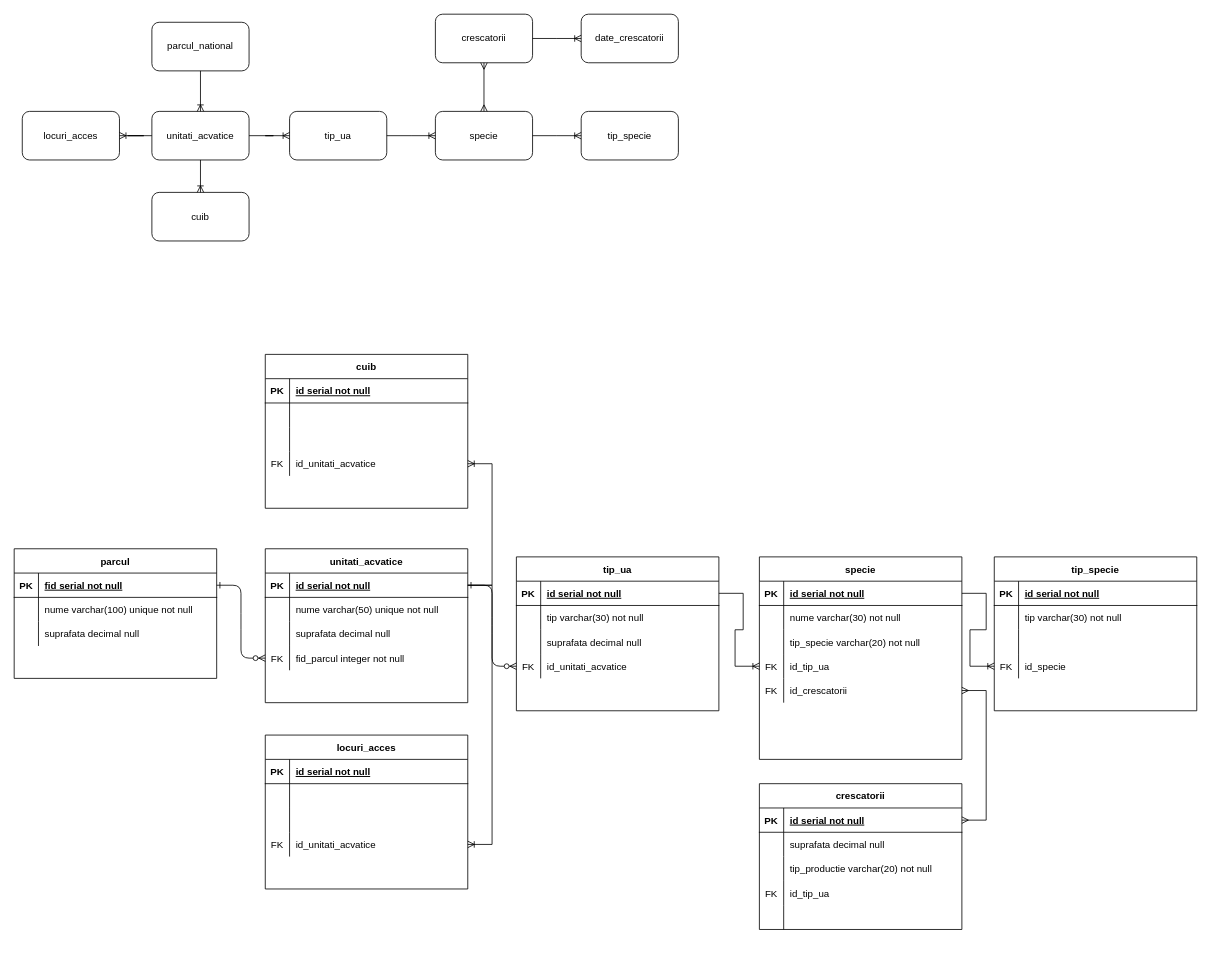
Earlier version of the draw.io diagram Untitled Diagram.drawio (FlorinM02/Examen_sem1_Muica). Source tidied: cells renumbered, new cells numbered last; positions are measured from the earlier drawing's top-left corner, leaving out a move shared by most shapes. Both pictures are drawn from the tidied source at 81%, with x=0, y=0 at pixel (14, 14).
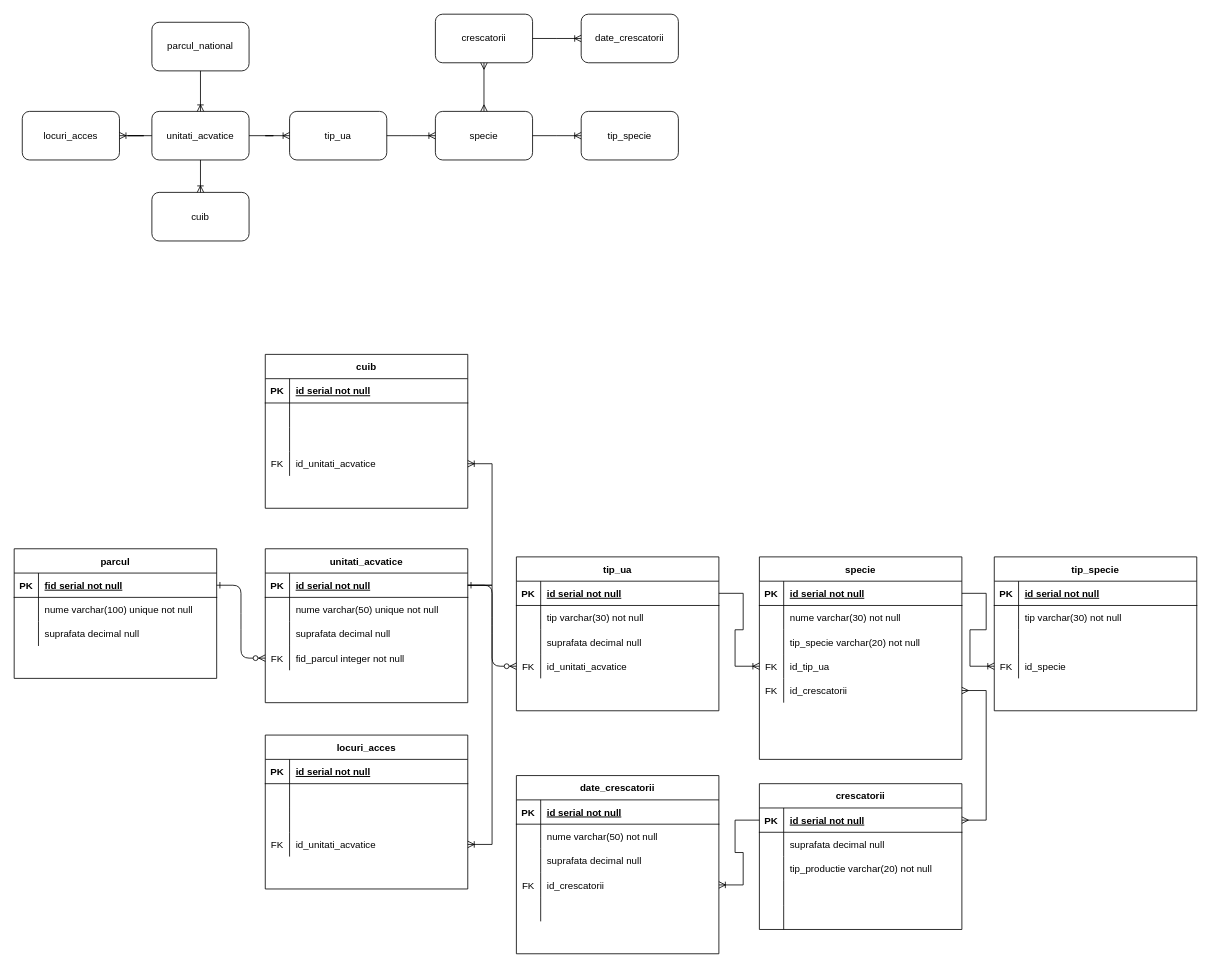
After the change.

Unchanged cells that the change refers to:
```xml
<mxCell id="116" style="shape=partialRectangle;fillColor=none;points=[[0,0.5],[1,0.5]];portConstraint=eastwest;top=0;left=0;right=0;bottom=1;" parent="115" vertex="1">
  <mxGeometry y="30" width="250" height="30" as="geometry" />
</mxCell>
<mxCell id="125" style="shape=partialRectangle;fillColor=none;top=0;left=0;right=0;bottom=0;" parent="115" vertex="1">
  <mxGeometry y="120" width="250" height="30" as="geometry" />
</mxCell>
```

What changed in the source:
```diff
@@
-    <mxCell id="126" value="FK" style="shape=partialRectangle;overflow=hidden;fillColor=none;top=0;left=0;bottom=0;right=0;" parent="125" vertex="1">
+    <mxCell id="126" style="shape=partialRectangle;overflow=hidden;fillColor=none;top=0;left=0;bottom=0;right=0;" parent="125" vertex="1">
       <mxGeometry width="30" height="30" as="geometry" />
     </mxCell>
-    <mxCell id="127" value="id_tip_ua" style="shape=partialRectangle;overflow=hidden;fillColor=none;top=0;left=0;bottom=0;right=0;align=left;spacingLeft=6;" parent="125" vertex="1">
+    <mxCell id="127" style="shape=partialRectangle;overflow=hidden;fillColor=none;top=0;left=0;bottom=0;right=0;align=left;spacingLeft=6;" parent="125" vertex="1">
       <mxGeometry x="30" width="220" height="30" as="geometry" />
     </mxCell>
@@
+    <mxCell id="133" value="date_crescatorii" style="shape=table;startSize=30;childLayout=tableLayout;rowLines=0;fontStyle=1;align=center;" parent="1" vertex="1">
+      <mxGeometry x="620" y="940" width="250" height="220" as="geometry" />
+    </mxCell>
+    <mxCell id="134" style="shape=partialRectangle;fillColor=none;top=0;left=0;right=0;bottom=1;" parent="133" vertex="1">
+      <mxGeometry y="30" width="250" height="30" as="geometry" />
+    </mxCell>
+    <mxCell id="135" value="PK" style="shape=partialRectangle;overflow=hidden;fillColor=none;top=0;left=0;bottom=0;right=0;fontStyle=1;" parent="134" vertex="1">
+      <mxGeometry width="30" height="30" as="geometry" />
+    </mxCell>
+    <mxCell id="136" value="id serial not null" style="shape=partialRectangle;overflow=hidden;fillColor=none;top=0;left=0;bottom=0;right=0;align=left;spacingLeft=6;fontStyle=5;" parent="134" vertex="1">
+      <mxGeometry x="30" width="220" height="30" as="geometry" />
+    </mxCell>
+    <mxCell id="137" style="shape=partialRectangle;fillColor=none;top=0;left=0;right=0;bottom=0;" parent="133" vertex="1">
+      <mxGeometry y="60" width="250" height="30" as="geometry" />
+    </mxCell>
+    <mxCell id="138" style="shape=partialRectangle;overflow=hidden;fillColor=none;top=0;left=0;bottom=0;right=0;" parent="137" vertex="1">
+      <mxGeometry width="30" height="30" as="geometry" />
+    </mxCell>
+    <mxCell id="139" value="nume varchar(50) not null" style="shape=partialRectangle;overflow=hidden;fillColor=none;top=0;left=0;bottom=0;right=0;align=left;spacingLeft=6;" parent="137" vertex="1">
+      <mxGeometry x="30" width="220" height="30" as="geometry" />
+    </mxCell>
+    <mxCell id="140" style="shape=partialRectangle;fillColor=none;top=0;left=0;right=0;bottom=0;" parent="133" vertex="1">
+      <mxGeometry y="90" width="250" height="30" as="geometry" />
+    </mxCell>
+    <mxCell id="141" style="shape=partialRectangle;overflow=hidden;fillColor=none;top=0;left=0;bottom=0;right=0;" parent="140" vertex="1">
+      <mxGeometry width="30" height="30" as="geometry" />
+    </mxCell>
+    <mxCell id="142" value="suprafata decimal null" style="shape=partialRectangle;overflow=hidden;fillColor=none;top=0;left=0;bottom=0;right=0;align=left;spacingLeft=6;" parent="140" vertex="1">
+      <mxGeometry x="30" width="220" height="30" as="geometry" />
+    </mxCell>
+    <mxCell id="143" style="shape=partialRectangle;fillColor=none;points=[[0,0.5],[1,0.5]];portConstraint=eastwest;top=0;left=0;right=0;bottom=0;" parent="133" vertex="1">
+      <mxGeometry y="120" width="250" height="30" as="geometry" />
+    </mxCell>
+    <mxCell id="144" value="FK" style="shape=partialRectangle;overflow=hidden;fillColor=none;top=0;left=0;bottom=0;right=0;" parent="143" vertex="1">
+      <mxGeometry width="30" height="30" as="geometry" />
+    </mxCell>
+    <mxCell id="145" value="id_crescatorii" style="shape=partialRectangle;overflow=hidden;fillColor=none;top=0;left=0;bottom=0;right=0;align=left;spacingLeft=6;" parent="143" vertex="1">
+      <mxGeometry x="30" width="220" height="30" as="geometry" />
+    </mxCell>
+    <mxCell id="146" style="shape=partialRectangle;fillColor=none;top=0;left=0;right=0;bottom=0;" parent="133" vertex="1">
+      <mxGeometry y="150" width="250" height="30" as="geometry" />
+    </mxCell>
+    <mxCell id="147" style="shape=partialRectangle;overflow=hidden;fillColor=none;top=0;left=0;bottom=0;right=0;" parent="146" vertex="1">
+      <mxGeometry width="30" height="30" as="geometry" />
+    </mxCell>
+    <mxCell id="148" style="shape=partialRectangle;overflow=hidden;fillColor=none;top=0;left=0;bottom=0;right=0;align=left;spacingLeft=6;" parent="146" vertex="1">
+      <mxGeometry x="30" width="220" height="30" as="geometry" />
+    </mxCell>
+    <mxCell id="149" style="edgeStyle=entityRelationEdgeStyle;fontSize=12;html=1;endArrow=ERoneToMany;rounded=0;exitX=0;exitY=0.5;exitDx=0;exitDy=0;entryX=1;entryY=0.5;entryDx=0;entryDy=0;" parent="1" edge="1" source="116" target="143">
+      <mxGeometry relative="1" as="geometry" />
+    </mxCell>
```
